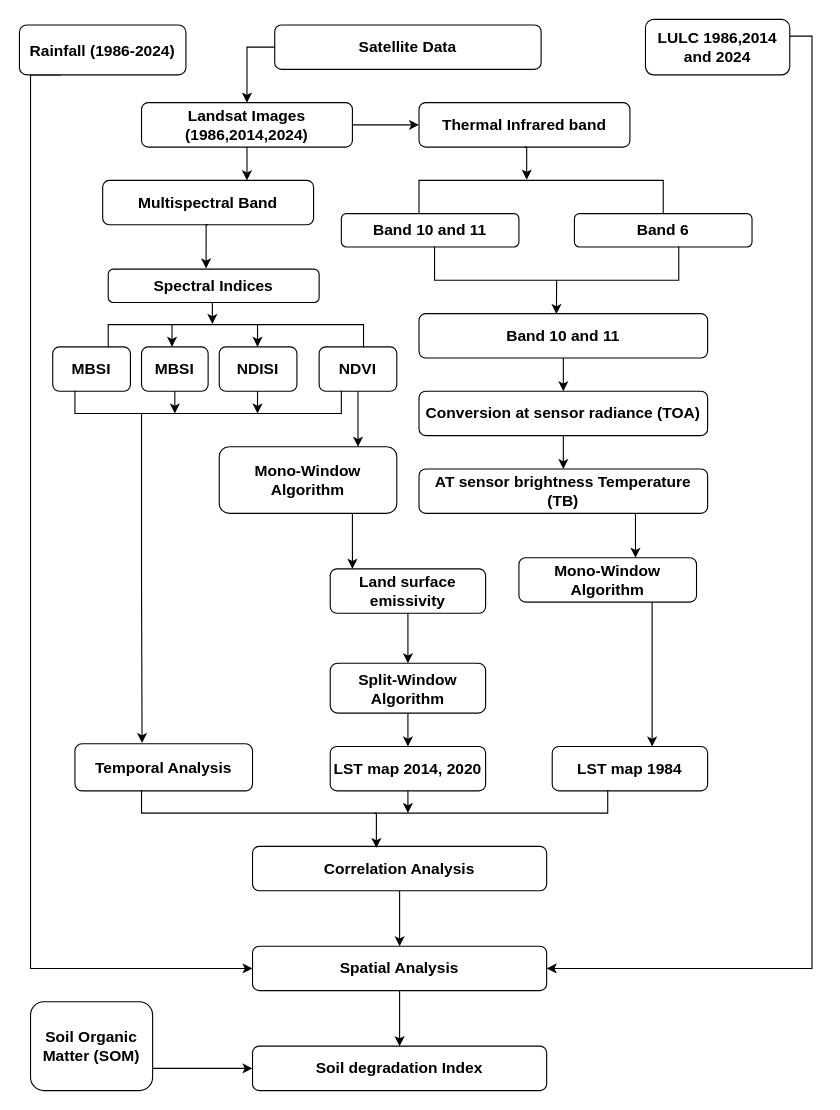
Above: Object2.2N.drawio in yemioke/PRISMA2020 (draw.io), before the change. Source tidied: cells renumbered, new cells numbered last; positions are measured from the earlier drawing's top-left corner, leaving out a move shared by most shapes. Both pictures are drawn from the tidied source at 111%, with x=0, y=0 at pixel (19, 19).
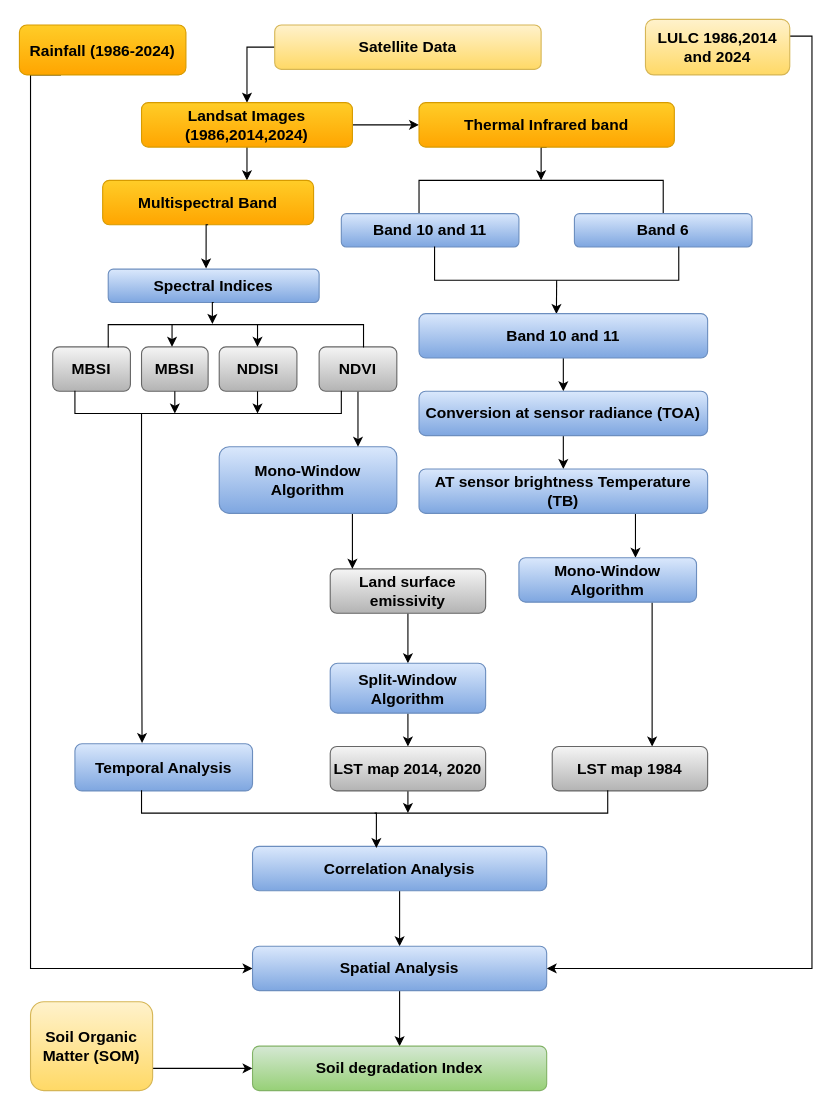
After the change.

The change refers to these unchanged cells:
```xml
<mxCell id="8" style="shape=partialRectangle;whiteSpace=wrap;html=1;bottom=1;right=1;left=1;top=0;fillColor=none;routingCenterX=-0.5;rotation=-180;" parent="1" vertex="1">
  <mxGeometry x="360" y="145" width="220" height="30" as="geometry" />
</mxCell>
```

What changed in the source:
```diff
@@
-    <mxCell id="3" value="&lt;font style=&quot;font-size: 14px;&quot;&gt;&lt;b&gt;Satellite Data&lt;/b&gt;&lt;/font&gt;" style="rounded=1;whiteSpace=wrap;html=1;" parent="1" vertex="1">
+    <mxCell id="3" value="&lt;font style=&quot;font-size: 14px;&quot;&gt;&lt;b&gt;Satellite Data&lt;/b&gt;&lt;/font&gt;" style="rounded=1;whiteSpace=wrap;html=1;fillColor=#fff2cc;gradientColor=#ffd966;strokeColor=#d6b656;" parent="1" vertex="1">
       <mxGeometry x="230" y="5" width="240" height="40" as="geometry" />
     </mxCell>
@@
-    <mxCell id="6" value="&lt;font style=&quot;font-size: 14px;&quot;&gt;&lt;b&gt;Landsat Images (1986,2014,2024)&lt;/b&gt;&lt;/font&gt;" style="rounded=1;whiteSpace=wrap;html=1;" parent="1" vertex="1">
+    <mxCell id="6" value="&lt;font style=&quot;font-size: 14px;&quot;&gt;&lt;b&gt;Landsat Images (1986,2014,2024)&lt;/b&gt;&lt;/font&gt;" style="rounded=1;whiteSpace=wrap;html=1;fillColor=#ffcd28;gradientColor=#ffa500;strokeColor=#d79b00;" parent="1" vertex="1">
       <mxGeometry x="110" y="75" width="190" height="40" as="geometry" />
     </mxCell>
+    <mxCell id="9" style="edgeStyle=orthogonalEdgeStyle;rounded=0;jettySize=auto;html=1;exitX=0.5;exitY=1;exitDx=0;exitDy=0;entryX=0.5;entryY=1;entryDx=0;entryDy=0;" parent="1" edge="1" source="7" target="8">
+      <mxGeometry relative="1" as="geometry" />
+    </mxCell>
-    <mxCell id="7" value="&lt;font style=&quot;font-size: 14px;&quot;&gt;&lt;b&gt;Thermal Infrared band&lt;/b&gt;&lt;/font&gt;" style="rounded=1;whiteSpace=wrap;html=1;" parent="1" vertex="1">
-      <mxGeometry x="360" y="75" width="190" height="40" as="geometry" />
+    <mxCell id="7" value="&lt;font style=&quot;font-size: 14px;&quot;&gt;&lt;b&gt;Thermal Infrared band&lt;/b&gt;&lt;/font&gt;" style="rounded=1;whiteSpace=wrap;html=1;fillColor=#ffcd28;gradientColor=#ffa500;strokeColor=#d79b00;" parent="1" vertex="1">
+      <mxGeometry x="360" y="75" width="230" height="40" as="geometry" />
     </mxCell>
@@
-    <mxCell id="9" style="edgeStyle=orthogonalEdgeStyle;rounded=0;jettySize=auto;html=1;exitX=0.5;exitY=1;exitDx=0;exitDy=0;entryX=0.559;entryY=1.022;entryDx=0;entryDy=0;entryPerimeter=0;" parent="1" edge="1" source="7" target="8">
-      <mxGeometry relative="1" as="geometry" />
-    </mxCell>
-    <mxCell id="10" value="&lt;font style=&quot;font-size: 14px;&quot;&gt;&lt;b&gt;Band 10 and 11&lt;/b&gt;&lt;/font&gt;" style="rounded=1;whiteSpace=wrap;html=1;" parent="1" vertex="1">
+    <mxCell id="10" value="&lt;font style=&quot;font-size: 14px;&quot;&gt;&lt;b&gt;Band 10 and 11&lt;/b&gt;&lt;/font&gt;" style="rounded=1;whiteSpace=wrap;html=1;fillColor=#dae8fc;gradientColor=#7ea6e0;strokeColor=#6c8ebf;" parent="1" vertex="1">
       <mxGeometry x="290" y="175" width="160" height="30" as="geometry" />
     </mxCell>
-    <mxCell id="11" value="&lt;font style=&quot;font-size: 14px;&quot;&gt;&lt;b&gt;Band 6&lt;/b&gt;&lt;/font&gt;" style="rounded=1;whiteSpace=wrap;html=1;" parent="1" vertex="1">
+    <mxCell id="11" value="&lt;font style=&quot;font-size: 14px;&quot;&gt;&lt;b&gt;Band 6&lt;/b&gt;&lt;/font&gt;" style="rounded=1;whiteSpace=wrap;html=1;fillColor=#dae8fc;gradientColor=#7ea6e0;strokeColor=#6c8ebf;" parent="1" vertex="1">
       <mxGeometry x="500" y="175" width="160" height="30" as="geometry" />
     </mxCell>
@@
-    <mxCell id="15" value="&lt;font style=&quot;font-size: 14px;&quot;&gt;&lt;b&gt;Band 10 and 11&lt;/b&gt;&lt;/font&gt;" style="rounded=1;whiteSpace=wrap;html=1;" parent="1" vertex="1">
+    <mxCell id="15" value="&lt;font style=&quot;font-size: 14px;&quot;&gt;&lt;b&gt;Band 10 and 11&lt;/b&gt;&lt;/font&gt;" style="rounded=1;whiteSpace=wrap;html=1;fillColor=#dae8fc;gradientColor=#7ea6e0;strokeColor=#6c8ebf;" parent="1" vertex="1">
       <mxGeometry x="360" y="265" width="260" height="40" as="geometry" />
     </mxCell>
@@
-    <mxCell id="17" value="&lt;font style=&quot;font-size: 14px;&quot;&gt;&lt;b&gt;Conversion at sensor radiance (TOA)&lt;/b&gt;&lt;/font&gt;" style="rounded=1;whiteSpace=wrap;html=1;" parent="1" vertex="1">
+    <mxCell id="17" value="&lt;font style=&quot;font-size: 14px;&quot;&gt;&lt;b&gt;Conversion at sensor radiance (TOA)&lt;/b&gt;&lt;/font&gt;" style="rounded=1;whiteSpace=wrap;html=1;fillColor=#dae8fc;gradientColor=#7ea6e0;strokeColor=#6c8ebf;" parent="1" vertex="1">
       <mxGeometry x="360" y="335" width="260" height="40" as="geometry" />
     </mxCell>
@@
-    <mxCell id="19" value="&lt;font style=&quot;font-size: 14px;&quot;&gt;&lt;b&gt;AT sensor brightness Temperature (TB)&lt;/b&gt;&lt;/font&gt;" style="rounded=1;whiteSpace=wrap;html=1;" parent="1" vertex="1">
+    <mxCell id="19" value="&lt;font style=&quot;font-size: 14px;&quot;&gt;&lt;b&gt;AT sensor brightness Temperature (TB)&lt;/b&gt;&lt;/font&gt;" style="rounded=1;whiteSpace=wrap;html=1;fillColor=#dae8fc;gradientColor=#7ea6e0;strokeColor=#6c8ebf;" parent="1" vertex="1">
       <mxGeometry x="360" y="405" width="260" height="40" as="geometry" />
     </mxCell>
@@
-    <mxCell id="21" value="&lt;font style=&quot;font-size: 14px;&quot;&gt;&lt;b&gt;Mono-Window Algorithm&lt;/b&gt;&lt;/font&gt;" style="rounded=1;whiteSpace=wrap;html=1;" parent="1" vertex="1">
+    <mxCell id="21" value="&lt;font style=&quot;font-size: 14px;&quot;&gt;&lt;b&gt;Mono-Window Algorithm&lt;/b&gt;&lt;/font&gt;" style="rounded=1;whiteSpace=wrap;html=1;fillColor=#dae8fc;gradientColor=#7ea6e0;strokeColor=#6c8ebf;" parent="1" vertex="1">
       <mxGeometry x="450" y="485" width="160" height="40" as="geometry" />
     </mxCell>
@@
-    <mxCell id="23" value="&lt;span style=&quot;font-size: 14px;&quot;&gt;&lt;b&gt;Land surface emissivity&lt;/b&gt;&lt;/span&gt;" style="rounded=1;whiteSpace=wrap;html=1;" parent="1" vertex="1">
+    <mxCell id="23" value="&lt;span style=&quot;font-size: 14px;&quot;&gt;&lt;b&gt;Land surface emissivity&lt;/b&gt;&lt;/span&gt;" style="rounded=1;whiteSpace=wrap;html=1;fillColor=#f5f5f5;gradientColor=#b3b3b3;strokeColor=#666666;" parent="1" vertex="1">
       <mxGeometry x="280" y="495" width="140" height="40" as="geometry" />
     </mxCell>
@@
-    <mxCell id="25" value="&lt;font style=&quot;font-size: 14px;&quot;&gt;&lt;b&gt;Mono-Window Algorithm&lt;/b&gt;&lt;/font&gt;" style="rounded=1;whiteSpace=wrap;html=1;" parent="1" vertex="1">
+    <mxCell id="25" value="&lt;font style=&quot;font-size: 14px;&quot;&gt;&lt;b&gt;Mono-Window Algorithm&lt;/b&gt;&lt;/font&gt;" style="rounded=1;whiteSpace=wrap;html=1;fillColor=#dae8fc;gradientColor=#7ea6e0;strokeColor=#6c8ebf;" parent="1" vertex="1">
       <mxGeometry x="180" y="385" width="160" height="60" as="geometry" />
     </mxCell>
@@
-    <mxCell id="27" value="&lt;span style=&quot;font-size: 14px;&quot;&gt;&lt;b&gt;Split-Window Algorithm&lt;/b&gt;&lt;/span&gt;" style="rounded=1;whiteSpace=wrap;html=1;" parent="1" vertex="1">
+    <mxCell id="27" value="&lt;span style=&quot;font-size: 14px;&quot;&gt;&lt;b&gt;Split-Window Algorithm&lt;/b&gt;&lt;/span&gt;" style="rounded=1;whiteSpace=wrap;html=1;fillColor=#dae8fc;gradientColor=#7ea6e0;strokeColor=#6c8ebf;" parent="1" vertex="1">
       <mxGeometry x="280" y="580" width="140" height="45" as="geometry" />
     </mxCell>
@@
-    <mxCell id="29" value="&lt;span style=&quot;font-size: 14px;&quot;&gt;&lt;b&gt;LST map 2014, 2020&lt;/b&gt;&lt;/span&gt;" style="rounded=1;whiteSpace=wrap;html=1;" parent="1" vertex="1">
+    <mxCell id="29" value="&lt;span style=&quot;font-size: 14px;&quot;&gt;&lt;b&gt;LST map 2014, 2020&lt;/b&gt;&lt;/span&gt;" style="rounded=1;whiteSpace=wrap;html=1;fillColor=#f5f5f5;gradientColor=#b3b3b3;strokeColor=#666666;" parent="1" vertex="1">
       <mxGeometry x="280" y="655" width="140" height="40" as="geometry" />
     </mxCell>
-    <mxCell id="30" value="&lt;span style=&quot;font-size: 14px;&quot;&gt;&lt;b&gt;LST map 1984&lt;/b&gt;&lt;/span&gt;" style="rounded=1;whiteSpace=wrap;html=1;" parent="1" vertex="1">
+    <mxCell id="30" value="&lt;span style=&quot;font-size: 14px;&quot;&gt;&lt;b&gt;LST map 1984&lt;/b&gt;&lt;/span&gt;" style="rounded=1;whiteSpace=wrap;html=1;fillColor=#f5f5f5;gradientColor=#b3b3b3;strokeColor=#666666;" parent="1" vertex="1">
       <mxGeometry x="480" y="655" width="140" height="40" as="geometry" />
     </mxCell>
@@
-    <mxCell id="32" value="&lt;span style=&quot;font-size: 14px;&quot;&gt;&lt;b&gt;LULC 1986,2014 and 2024&lt;/b&gt;&lt;/span&gt;" style="rounded=1;whiteSpace=wrap;html=1;" parent="1" vertex="1">
+    <mxCell id="32" value="&lt;span style=&quot;font-size: 14px;&quot;&gt;&lt;b&gt;LULC 1986,2014 and 2024&lt;/b&gt;&lt;/span&gt;" style="rounded=1;whiteSpace=wrap;html=1;fillColor=#fff2cc;gradientColor=#ffd966;strokeColor=#d6b656;" parent="1" vertex="1">
       <mxGeometry x="564" width="130" height="50" as="geometry" />
     </mxCell>
@@
-    <mxCell id="34" value="&lt;span style=&quot;font-size: 14px;&quot;&gt;&lt;b&gt;Rainfall (1986-2024)&lt;/b&gt;&lt;/span&gt;" style="rounded=1;whiteSpace=wrap;html=1;" parent="1" vertex="1">
+    <mxCell id="34" value="&lt;span style=&quot;font-size: 14px;&quot;&gt;&lt;b&gt;Rainfall (1986-2024)&lt;/b&gt;&lt;/span&gt;" style="rounded=1;whiteSpace=wrap;html=1;fillColor=#ffcd28;gradientColor=#ffa500;strokeColor=#d79b00;" parent="1" vertex="1">
       <mxGeometry y="5" width="150" height="45" as="geometry" />
     </mxCell>
-    <mxCell id="35" value="&lt;font style=&quot;font-size: 14px;&quot;&gt;&lt;b&gt;Multispectral Band&lt;/b&gt;&lt;/font&gt;" style="rounded=1;whiteSpace=wrap;html=1;" parent="1" vertex="1">
+    <mxCell id="35" value="&lt;font style=&quot;font-size: 14px;&quot;&gt;&lt;b&gt;Multispectral Band&lt;/b&gt;&lt;/font&gt;" style="rounded=1;whiteSpace=wrap;html=1;fillColor=#ffcd28;gradientColor=#ffa500;strokeColor=#d79b00;" parent="1" vertex="1">
       <mxGeometry x="75" y="145" width="190" height="40" as="geometry" />
     </mxCell>
-    <mxCell id="36" value="&lt;font style=&quot;font-size: 14px;&quot;&gt;&lt;b&gt;Spectral Indices&lt;/b&gt;&lt;/font&gt;" style="rounded=1;whiteSpace=wrap;html=1;" parent="1" vertex="1">
+    <mxCell id="36" value="&lt;font style=&quot;font-size: 14px;&quot;&gt;&lt;b&gt;Spectral Indices&lt;/b&gt;&lt;/font&gt;" style="rounded=1;whiteSpace=wrap;html=1;fillColor=#dae8fc;gradientColor=#7ea6e0;strokeColor=#6c8ebf;" parent="1" vertex="1">
       <mxGeometry x="80" y="225" width="190" height="30" as="geometry" />
     </mxCell>
@@
-    <mxCell id="38" value="&lt;font style=&quot;font-size: 14px;&quot;&gt;&lt;b&gt;NDVI&lt;/b&gt;&lt;/font&gt;" style="rounded=1;whiteSpace=wrap;html=1;" parent="1" vertex="1">
+    <mxCell id="38" value="&lt;font style=&quot;font-size: 14px;&quot;&gt;&lt;b&gt;NDVI&lt;/b&gt;&lt;/font&gt;" style="rounded=1;whiteSpace=wrap;html=1;fillColor=#f5f5f5;gradientColor=#b3b3b3;strokeColor=#666666;" parent="1" vertex="1">
       <mxGeometry x="270" y="295" width="70" height="40" as="geometry" />
     </mxCell>
-    <mxCell id="39" value="&lt;font style=&quot;font-size: 14px;&quot;&gt;&lt;b&gt;MBSI&lt;/b&gt;&lt;/font&gt;" style="rounded=1;whiteSpace=wrap;html=1;" parent="1" vertex="1">
+    <mxCell id="39" value="&lt;font style=&quot;font-size: 14px;&quot;&gt;&lt;b&gt;MBSI&lt;/b&gt;&lt;/font&gt;" style="rounded=1;whiteSpace=wrap;html=1;fillColor=#f5f5f5;gradientColor=#b3b3b3;strokeColor=#666666;" parent="1" vertex="1">
       <mxGeometry x="110" y="295" width="60" height="40" as="geometry" />
     </mxCell>
-    <mxCell id="40" value="&lt;font style=&quot;font-size: 14px;&quot;&gt;&lt;b&gt;NDISI&lt;/b&gt;&lt;/font&gt;" style="rounded=1;whiteSpace=wrap;html=1;" parent="1" vertex="1">
+    <mxCell id="40" value="&lt;font style=&quot;font-size: 14px;&quot;&gt;&lt;b&gt;NDISI&lt;/b&gt;&lt;/font&gt;" style="rounded=1;whiteSpace=wrap;html=1;fillColor=#f5f5f5;gradientColor=#b3b3b3;strokeColor=#666666;" parent="1" vertex="1">
       <mxGeometry x="180" y="295" width="70" height="40" as="geometry" />
     </mxCell>
-    <mxCell id="41" value="&lt;font style=&quot;font-size: 14px;&quot;&gt;&lt;b&gt;MBSI&lt;/b&gt;&lt;/font&gt;" style="rounded=1;whiteSpace=wrap;html=1;" parent="1" vertex="1">
+    <mxCell id="41" value="&lt;font style=&quot;font-size: 14px;&quot;&gt;&lt;b&gt;MBSI&lt;/b&gt;&lt;/font&gt;" style="rounded=1;whiteSpace=wrap;html=1;fillColor=#f5f5f5;gradientColor=#b3b3b3;strokeColor=#666666;" parent="1" vertex="1">
       <mxGeometry x="30" y="295" width="70" height="40" as="geometry" />
     </mxCell>
@@
-    <mxCell id="51" value="&lt;font style=&quot;font-size: 14px;&quot;&gt;&lt;b&gt;Temporal Analysis&lt;/b&gt;&lt;/font&gt;" style="rounded=1;whiteSpace=wrap;html=1;" parent="1" vertex="1">
+    <mxCell id="51" value="&lt;font style=&quot;font-size: 14px;&quot;&gt;&lt;b&gt;Temporal Analysis&lt;/b&gt;&lt;/font&gt;" style="rounded=1;whiteSpace=wrap;html=1;fillColor=#dae8fc;gradientColor=#7ea6e0;strokeColor=#6c8ebf;" parent="1" vertex="1">
       <mxGeometry x="50" y="652.5" width="160" height="42.5" as="geometry" />
     </mxCell>
@@
-    <mxCell id="53" value="&lt;font style=&quot;font-size: 14px;&quot;&gt;&lt;b&gt;Correlation Analysis&lt;/b&gt;&lt;/font&gt;" style="rounded=1;whiteSpace=wrap;html=1;" parent="1" vertex="1">
+    <mxCell id="53" value="&lt;font style=&quot;font-size: 14px;&quot;&gt;&lt;b&gt;Correlation Analysis&lt;/b&gt;&lt;/font&gt;" style="rounded=1;whiteSpace=wrap;html=1;fillColor=#dae8fc;gradientColor=#7ea6e0;strokeColor=#6c8ebf;" parent="1" vertex="1">
       <mxGeometry x="210" y="745" width="265" height="40" as="geometry" />
     </mxCell>
@@
-    <mxCell id="57" value="&lt;font style=&quot;font-size: 14px;&quot;&gt;&lt;b&gt;Spatial Analysis&lt;/b&gt;&lt;/font&gt;" style="rounded=1;whiteSpace=wrap;html=1;" parent="1" vertex="1">
+    <mxCell id="57" value="&lt;font style=&quot;font-size: 14px;&quot;&gt;&lt;b&gt;Spatial Analysis&lt;/b&gt;&lt;/font&gt;" style="rounded=1;whiteSpace=wrap;html=1;fillColor=#dae8fc;gradientColor=#7ea6e0;strokeColor=#6c8ebf;" parent="1" vertex="1">
       <mxGeometry x="210" y="835" width="265" height="40" as="geometry" />
     </mxCell>
-    <mxCell id="58" value="&lt;font style=&quot;font-size: 14px;&quot;&gt;&lt;b&gt;Soil degradation Index&lt;/b&gt;&lt;/font&gt;" style="rounded=1;whiteSpace=wrap;html=1;" parent="1" vertex="1">
+    <mxCell id="58" value="&lt;font style=&quot;font-size: 14px;&quot;&gt;&lt;b&gt;Soil degradation Index&lt;/b&gt;&lt;/font&gt;" style="rounded=1;whiteSpace=wrap;html=1;fillColor=#d5e8d4;gradientColor=#97d077;strokeColor=#82b366;" parent="1" vertex="1">
       <mxGeometry x="210" y="925" width="265" height="40" as="geometry" />
     </mxCell>
@@
-    <mxCell id="60" value="&lt;font style=&quot;font-size: 14px;&quot;&gt;&lt;b&gt;Soil Organic Matter (SOM)&lt;/b&gt;&lt;/font&gt;" style="rounded=1;whiteSpace=wrap;html=1;" parent="1" vertex="1">
+    <mxCell id="60" value="&lt;font style=&quot;font-size: 14px;&quot;&gt;&lt;b&gt;Soil Organic Matter (SOM)&lt;/b&gt;&lt;/font&gt;" style="rounded=1;whiteSpace=wrap;html=1;fillColor=#fff2cc;gradientColor=#ffd966;strokeColor=#d6b656;" parent="1" vertex="1">
       <mxGeometry x="10" y="885" width="110" height="80" as="geometry" />
     </mxCell>
```
